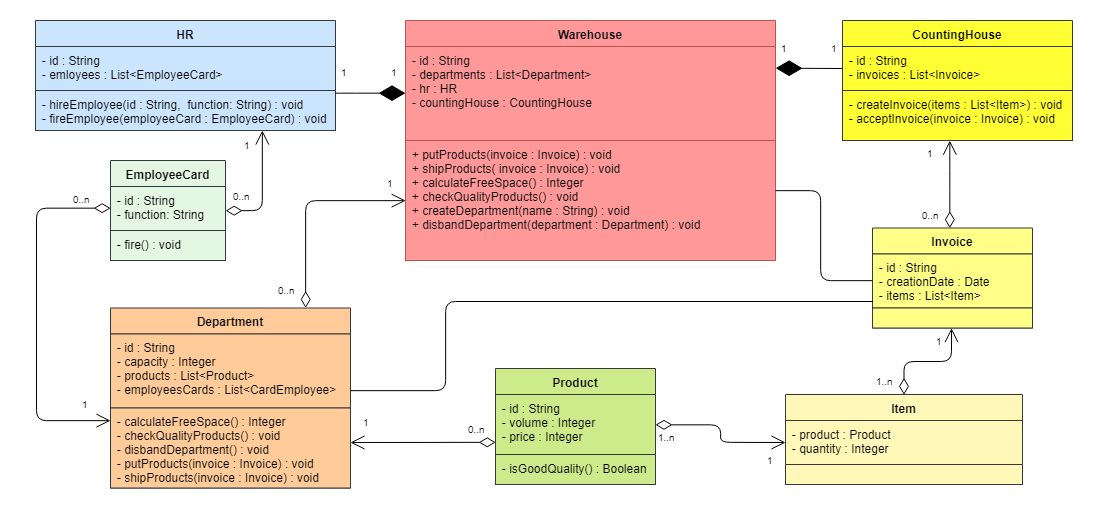
This is Warehouse.png from MaxValencio/task_7_decompose_warehouse, a draw.io export, as it was before one commit. Source tidied: cells renumbered, new cells last; positions are measured from the earlier drawing's top-left corner, leaving out a move shared by most shapes.
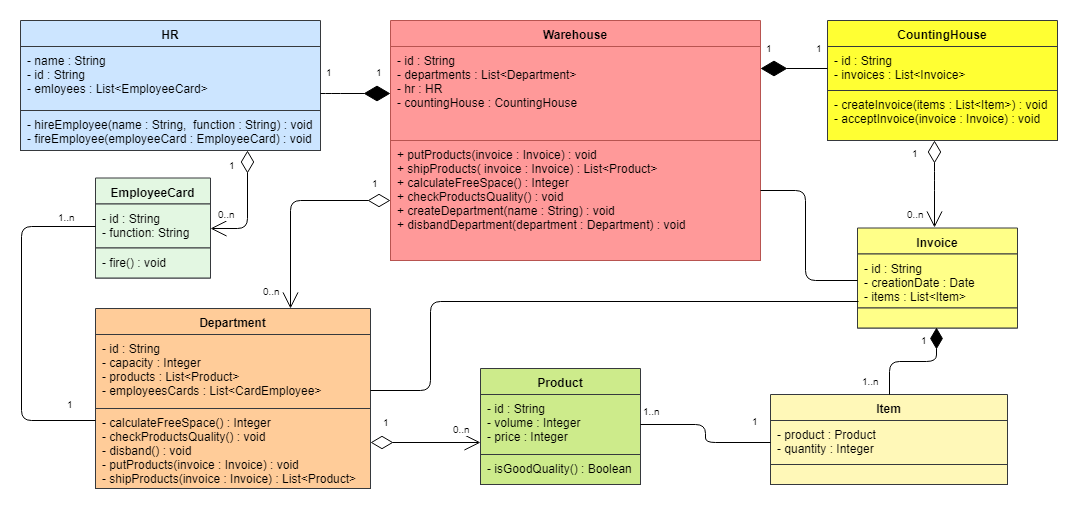
The same diagram one commit later.

What changed in the source:
```diff
@@ -8,17 +8,17 @@
     <mxCell id="3" value="- id : String&#10;- departments : List&lt;Department&gt;&#10;- hr : HR&#10;- countingHouse : CountingHouse&#10;&#10;" style="text;strokeColor=#b85450;fillColor=#FF9999;align=left;verticalAlign=top;spacingLeft=4;spacingRight=4;overflow=hidden;points=[[0,0.5],[1,0.5]];portConstraint=eastwest;" parent="2" vertex="1">
       <mxGeometry y="26" width="370" height="94" as="geometry" />
     </mxCell>
-    <mxCell id="4" value="+ putProducts(invoice : Invoice) : void &#10;+ shipProducts( invoice : Invoice) : void&#10;+ calculateFreeSpace() : Integer&#10;+ checkQualityProducts() : void&#10;+ createDepartment(name : String) : void&#10;+ disbandDepartment(department : Department) : void&#10;" style="text;strokeColor=#b85450;fillColor=#FF9999;align=left;verticalAlign=top;spacingLeft=4;spacingRight=4;overflow=hidden;points=[[0,0.5],[1,0.5]];portConstraint=eastwest;" parent="2" vertex="1">
+    <mxCell id="4" value="+ putProducts(invoice : Invoice) : void &#10;+ shipProducts( invoice : Invoice) : List&lt;Product&gt;&#10;+ calculateFreeSpace() : Integer&#10;+ checkProductsQuality() : void&#10;+ createDepartment(name : String) : void&#10;+ disbandDepartment(department : Department) : void&#10;" style="text;strokeColor=#b85450;fillColor=#FF9999;align=left;verticalAlign=top;spacingLeft=4;spacingRight=4;overflow=hidden;points=[[0,0.5],[1,0.5]];portConstraint=eastwest;" parent="2" vertex="1">
       <mxGeometry y="120" width="370" height="120" as="geometry" />
     </mxCell>
     <mxCell id="5" value="Department" style="swimlane;fontStyle=1;align=center;verticalAlign=top;horizontal=1;startSize=26;fillColor=#ffcc99;strokeColor=#36393d;swimlaneFillColor=none;rounded=0;shadow=0;comic=0;glass=0;swimlaneLine=1;" parent="1" vertex="1">
-      <mxGeometry x="75" y="287.5" width="240" height="180" as="geometry" />
+      <mxGeometry x="75" y="288" width="275" height="180" as="geometry" />
     </mxCell>
     <mxCell id="6" value="- id : String&#10;- capacity : Integer&#10;- products : List&lt;Product&gt;&#10;- employeesCards : List&lt;CardEmployee&gt;&#10;&#10;" style="text;strokeColor=#36393d;fillColor=#ffcc99;align=left;verticalAlign=top;spacingLeft=4;spacingRight=4;overflow=hidden;points=[[0,0.5],[1,0.5]];portConstraint=eastwest;" parent="5" vertex="1">
-      <mxGeometry y="26" width="240" height="74" as="geometry" />
+      <mxGeometry y="26" width="275" height="74" as="geometry" />
     </mxCell>
-    <mxCell id="7" value="- calculateFreeSpace() : Integer&#10;- checkQualityProducts() : void&#10;- disbandDepartment() : void&#10;- putProducts(invoice : Invoice) : void&#10;- shipProducts(invoice : Invoice) : void" style="text;strokeColor=#36393d;fillColor=#ffcc99;align=left;verticalAlign=top;spacingLeft=4;spacingRight=4;overflow=hidden;points=[[0,0.5],[1,0.5]];portConstraint=eastwest;" parent="5" vertex="1">
-      <mxGeometry y="100" width="240" height="80" as="geometry" />
+    <mxCell id="7" value="- calculateFreeSpace() : Integer&#10;- checkProductsQuality() : void&#10;- disband() : void&#10;- putProducts(invoice : Invoice) : void&#10;- shipProducts(invoice : Invoice) : List&lt;Product&gt;" style="text;strokeColor=#36393d;fillColor=#ffcc99;align=left;verticalAlign=top;spacingLeft=4;spacingRight=4;overflow=hidden;points=[[0,0.5],[1,0.5]];portConstraint=eastwest;" parent="5" vertex="1">
+      <mxGeometry y="100" width="275" height="80" as="geometry" />
     </mxCell>
     <mxCell id="8" value="Invoice" style="swimlane;fontStyle=1;align=center;verticalAlign=top;horizontal=1;startSize=26;rounded=0;shadow=0;glass=0;comic=0;fillColor=#ffff88;strokeColor=#36393d;" parent="1" vertex="1">
       <mxGeometry x="837" y="207.5" width="160" height="100" as="geometry" />
@@ -48,16 +48,16 @@
       <mxGeometry y="70" width="230" height="50" as="geometry" />
     </mxCell>
     <mxCell id="17" value="HR" style="swimlane;fontStyle=1;align=center;verticalAlign=top;horizontal=1;startSize=26;rounded=0;shadow=0;glass=0;comic=0;fillColor=#cce5ff;strokeColor=#36393d;" parent="1" vertex="1">
-      <mxGeometry width="300" height="110" as="geometry" />
+      <mxGeometry width="300" height="130" as="geometry" />
     </mxCell>
-    <mxCell id="18" value="- id : String&#10;- emloyees : List&lt;EmployeeCard&gt;&#10;" style="text;strokeColor=#36393d;fillColor=#cce5ff;align=left;verticalAlign=top;spacingLeft=4;spacingRight=4;overflow=hidden;" parent="17" vertex="1">
-      <mxGeometry y="26" width="300" height="44" as="geometry" />
+    <mxCell id="18" value="- name : String&#10;- id : String&#10;- emloyees : List&lt;EmployeeCard&gt;&#10;" style="text;strokeColor=#36393d;fillColor=#cce5ff;align=left;verticalAlign=top;spacingLeft=4;spacingRight=4;overflow=hidden;" parent="17" vertex="1">
+      <mxGeometry y="26" width="300" height="64" as="geometry" />
     </mxCell>
-    <mxCell id="19" value="- hireEmployee(id : String,  function: String) : void&#10;- fireEmployee(employeeCard : EmployeeCard) : void&#10;" style="text;strokeColor=#36393d;fillColor=#cce5ff;align=left;verticalAlign=top;spacingLeft=4;spacingRight=4;overflow=hidden;points=[[0,0.5],[1,0.5]];portConstraint=eastwest;" parent="17" vertex="1">
-      <mxGeometry y="70" width="300" height="40" as="geometry" />
+    <mxCell id="19" value="- hireEmployee(name : String,  function : String) : void&#10;- fireEmployee(employeeCard : EmployeeCard) : void&#10;" style="text;strokeColor=#36393d;fillColor=#cce5ff;align=left;verticalAlign=top;spacingLeft=4;spacingRight=4;overflow=hidden;points=[[0,0.5],[1,0.5]];portConstraint=eastwest;" parent="17" vertex="1">
+      <mxGeometry y="90" width="300" height="40" as="geometry" />
     </mxCell>
     <mxCell id="20" value="EmployeeCard" style="swimlane;fontStyle=1;align=center;verticalAlign=top;horizontal=1;startSize=26;rounded=0;shadow=0;glass=0;comic=0;fillColor=#E3F7E2;strokeColor=#36393d;" parent="1" vertex="1">
-      <mxGeometry x="75" y="140" width="115" height="100" as="geometry" />
+      <mxGeometry x="75" y="157.5" width="115" height="100" as="geometry" />
     </mxCell>
     <mxCell id="21" value="- id : String&#10;- function: String&#10;" style="text;strokeColor=#36393d;fillColor=#E3F7E2;align=left;verticalAlign=top;spacingLeft=4;spacingRight=4;overflow=hidden;points=[[0,0.5],[1,0.5]];portConstraint=eastwest;" parent="20" vertex="1">
       <mxGeometry y="26" width="115" height="44" as="geometry" />
@@ -65,8 +65,9 @@
     <mxCell id="22" value="- fire() : void" style="text;strokeColor=#36393d;fillColor=#E3F7E2;align=left;verticalAlign=top;spacingLeft=4;spacingRight=4;overflow=hidden;" parent="20" vertex="1">
       <mxGeometry y="70" width="115" height="30" as="geometry" />
     </mxCell>
-    <mxCell id="23" style="endArrow=diamondThin;endFill=1;endSize=24;html=1;edgeStyle=orthogonalEdgeStyle;" parent="1" edge="1" source="19" target="3">
+    <mxCell id="23" style="endArrow=diamondThin;endFill=1;endSize=24;html=1;edgeStyle=orthogonalEdgeStyle;" parent="1" edge="1" target="3">
       <mxGeometry relative="1" as="geometry">
+        <mxPoint x="300" y="73" as="sourcePoint" />
         <Array as="points">
           <mxPoint x="310" y="73" />
           <mxPoint x="310" y="73" />
@@ -78,15 +79,15 @@
         <mxPoint x="807" y="48" as="sourcePoint" />
       </mxGeometry>
     </mxCell>
-    <mxCell id="25" value="&lt;br&gt;&lt;br&gt;" style="endArrow=open;html=1;endSize=12;startArrow=diamondThin;startSize=14;startFill=0;edgeStyle=orthogonalEdgeStyle;exitX=0;exitY=0.5;exitDx=0;exitDy=0;" parent="1" edge="1" source="21" target="7">
+    <mxCell id="25" value="&lt;br&gt;&lt;br&gt;" style="endArrow=none;html=1;endSize=20;startArrow=none;startSize=14;startFill=0;edgeStyle=orthogonalEdgeStyle;exitX=0;exitY=0.5;exitDx=0;exitDy=0;endFill=0;" parent="1" edge="1" source="21" target="7">
       <mxGeometry relative="1" as="geometry">
         <Array as="points">
-          <mxPoint x="1" y="188" />
+          <mxPoint x="1" y="206" />
           <mxPoint x="1" y="400" />
         </Array>
       </mxGeometry>
     </mxCell>
-    <mxCell id="26" value="0..n" style="html=1;align=left;verticalAlign=top;labelBackgroundColor=#ffffff;fontSize=10;" parent="25" vertex="1">
+    <mxCell id="26" value="1..n" style="html=1;align=left;verticalAlign=top;labelBackgroundColor=#ffffff;fontSize=10;" parent="25" vertex="1">
       <mxGeometry x="-1" relative="1" as="geometry">
         <mxPoint x="-40" y="-22" as="offset" />
       </mxGeometry>
@@ -96,9 +97,9 @@
         <mxPoint x="-20.5" y="-29.5" as="offset" />
       </mxGeometry>
     </mxCell>
-    <mxCell id="28" style="endArrow=open;html=1;endSize=12;startArrow=diamondThin;startSize=14;startFill=0;exitX=0;exitY=0.8;exitDx=0;exitDy=0;exitPerimeter=0;" parent="1" edge="1" source="12">
+    <mxCell id="28" style="endArrow=diamondThin;html=1;endSize=20;startArrow=open;startSize=14;startFill=0;exitX=0;exitY=0.8;exitDx=0;exitDy=0;exitPerimeter=0;endFill=0;" parent="1" edge="1" source="12">
       <mxGeometry relative="1" as="geometry">
-        <mxPoint x="315" y="422" as="targetPoint" />
+        <mxPoint x="350" y="422" as="targetPoint" />
       </mxGeometry>
     </mxCell>
     <mxCell id="29" value="0..n" style="html=1;align=left;verticalAlign=top;labelBackgroundColor=#ffffff;fontSize=10;" parent="28" vertex="1">
@@ -111,7 +112,7 @@
         <mxPoint x="20.5" y="-33" as="offset" />
       </mxGeometry>
     </mxCell>
-    <mxCell id="31" style="endArrow=open;html=1;endSize=12;startArrow=diamondThin;startSize=14;startFill=0;exitX=0.483;exitY=-0.001;exitDx=0;exitDy=0;edgeStyle=orthogonalEdgeStyle;exitPerimeter=0;" parent="1" edge="1" source="8">
+    <mxCell id="31" style="endArrow=diamondThin;html=1;endSize=20;startArrow=open;startSize=14;startFill=0;exitX=0.483;exitY=-0.001;exitDx=0;exitDy=0;edgeStyle=orthogonalEdgeStyle;exitPerimeter=0;endFill=0;" parent="1" edge="1" source="8">
       <mxGeometry x="0.25" y="40" relative="1" as="geometry">
         <mxPoint x="914" y="120" as="targetPoint" />
         <Array as="points">
@@ -130,7 +131,7 @@
         <mxPoint x="-14.5" as="offset" />
       </mxGeometry>
     </mxCell>
-    <mxCell id="34" style="endArrow=open;html=1;endSize=12;startArrow=diamondThin;startSize=14;startFill=0;edgeStyle=orthogonalEdgeStyle;entryX=0;entryY=0.5;entryDx=0;entryDy=0;" parent="1" edge="1" source="5" target="4">
+    <mxCell id="34" style="endArrow=diamondThin;html=1;endSize=20;startArrow=open;startSize=14;startFill=0;edgeStyle=orthogonalEdgeStyle;entryX=0;entryY=0.5;entryDx=0;entryDy=0;endFill=0;" parent="1" edge="1" source="5" target="4">
       <mxGeometry y="20" relative="1" as="geometry">
         <Array as="points">
           <mxPoint x="270" y="180" />
@@ -147,10 +148,10 @@
         <mxPoint x="-10" y="-30" as="offset" />
       </mxGeometry>
     </mxCell>
-    <mxCell id="37" value="&lt;br&gt;&lt;br&gt;" style="endArrow=open;html=1;endSize=12;startArrow=diamondThin;startSize=14;startFill=0;edgeStyle=orthogonalEdgeStyle;exitX=1;exitY=0.5;exitDx=0;exitDy=0;" parent="1" edge="1" source="20" target="19">
+    <mxCell id="37" value="&lt;br&gt;&lt;br&gt;" style="endArrow=diamondThin;html=1;endSize=20;startArrow=open;startSize=14;startFill=0;edgeStyle=orthogonalEdgeStyle;exitX=1;exitY=0.5;exitDx=0;exitDy=0;endFill=0;" parent="1" edge="1" source="20" target="19">
       <mxGeometry relative="1" as="geometry">
         <Array as="points">
-          <mxPoint x="227" y="190" />
+          <mxPoint x="227" y="208" />
         </Array>
       </mxGeometry>
     </mxCell>
@@ -173,7 +174,7 @@
     <mxCell id="42" style="text;strokeColor=#36393d;fillColor=#FFF8B8;align=left;verticalAlign=top;spacingLeft=4;spacingRight=4;overflow=hidden;" parent="40" vertex="1">
       <mxGeometry y="70" width="237" height="20" as="geometry" />
     </mxCell>
-    <mxCell id="43" style="endArrow=open;html=1;endSize=12;startArrow=diamondThin;startSize=14;startFill=0;exitX=0.5;exitY=0;exitDx=0;exitDy=0;entryX=0.492;entryY=0.999;entryDx=0;entryDy=0;entryPerimeter=0;edgeStyle=orthogonalEdgeStyle;" parent="1" edge="1" source="40" target="10">
+    <mxCell id="43" style="endArrow=diamondThin;html=1;endSize=19;startArrow=none;startSize=14;startFill=0;exitX=0.5;exitY=0;exitDx=0;exitDy=0;entryX=0.492;entryY=0.999;entryDx=0;entryDy=0;entryPerimeter=0;edgeStyle=orthogonalEdgeStyle;endFill=1;" parent="1" edge="1" source="40" target="10">
       <mxGeometry x="0.25" y="40" relative="1" as="geometry" />
     </mxCell>
     <mxCell id="44" value="1..n" style="html=1;align=left;verticalAlign=top;labelBackgroundColor=#ffffff;fontSize=10;" parent="43" vertex="1">
@@ -214,17 +215,19 @@
         <mxPoint x="4" y="-50" as="offset" />
       </mxGeometry>
     </mxCell>
-    <mxCell id="51" value="&lt;br&gt;&lt;br&gt;" style="endArrow=open;html=1;endSize=12;startArrow=diamondThin;startSize=14;startFill=0;edgeStyle=orthogonalEdgeStyle;" parent="1" edge="1" source="12">
+    <mxCell id="51" value="&lt;br&gt;&lt;br&gt;" style="endArrow=none;html=1;endSize=12;startArrow=none;startSize=14;startFill=0;edgeStyle=orthogonalEdgeStyle;endFill=0;" parent="1" edge="1" source="12">
       <mxGeometry relative="1" as="geometry">
         <mxPoint x="750" y="422" as="targetPoint" />
       </mxGeometry>
     </mxCell>
     <mxCell id="52" value="1..n" style="html=1;align=left;verticalAlign=top;labelBackgroundColor=#ffffff;fontSize=10;" parent="51" vertex="1">
-      <mxGeometry x="-1" relative="1" as="geometry" />
+      <mxGeometry x="-1" relative="1" as="geometry">
+        <mxPoint y="-26" as="offset" />
+      </mxGeometry>
     </mxCell>
     <mxCell id="53" value="1" style="html=1;align=right;verticalAlign=top;labelBackgroundColor=#ffffff;fontSize=10;" parent="51" vertex="1">
       <mxGeometry x="1" relative="1" as="geometry">
-        <mxPoint x="-10" y="5.5" as="offset" />
+        <mxPoint x="-10" y="-34" as="offset" />
       </mxGeometry>
     </mxCell>
     <mxCell id="54" style="endArrow=none;html=1;edgeStyle=orthogonalEdgeStyle;entryX=0.004;entryY=0.88;entryDx=0;entryDy=0;entryPerimeter=0;" parent="1" edge="1" source="6" target="9">
```
